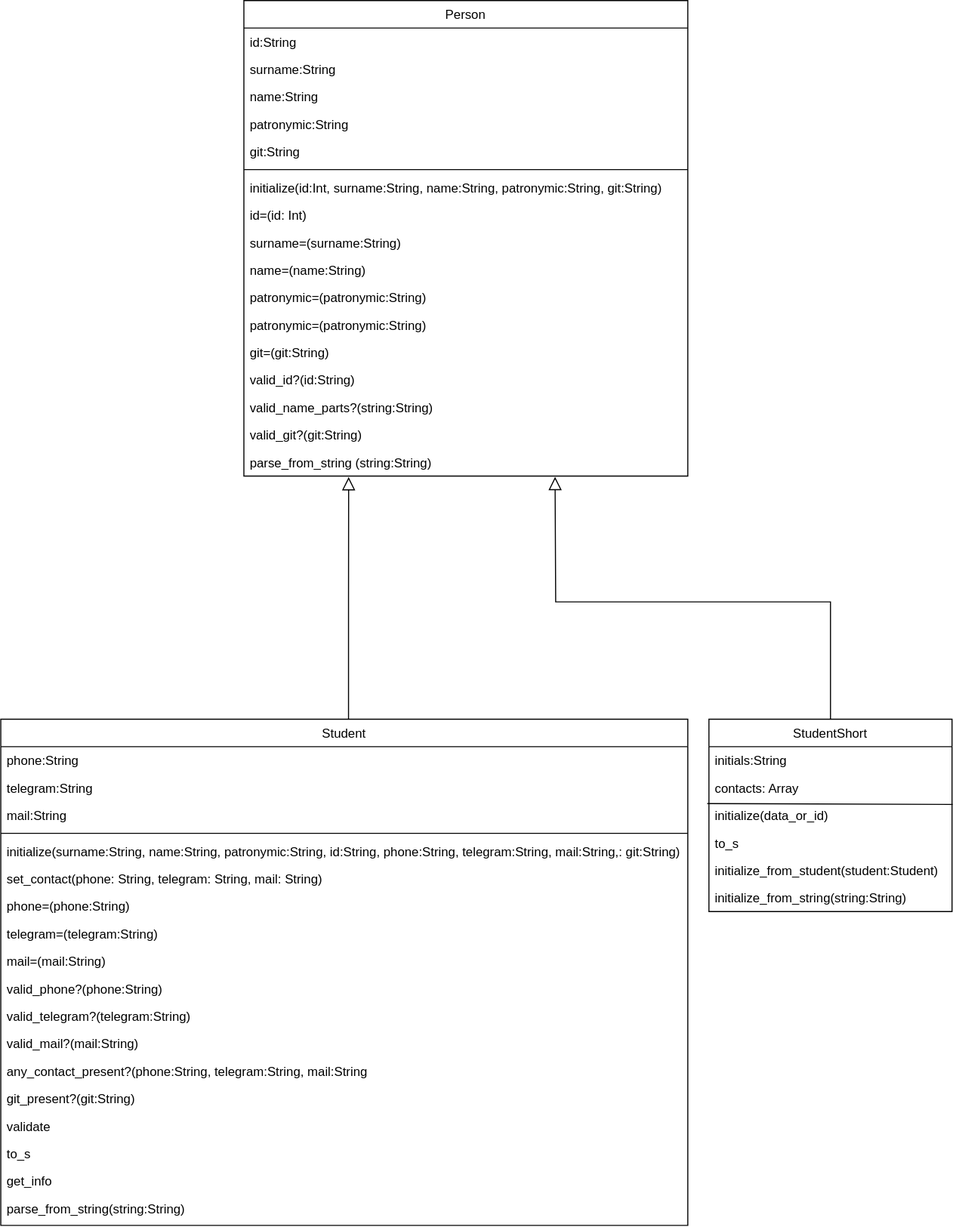
Above: classes_core_models/diagram_classes.svg in DaviKHub/Patterns (draw.io), before the change. Source tidied: cells renumbered, new cells last; positions are measured from the earlier drawing's top-left corner, leaving out a move shared by most shapes.
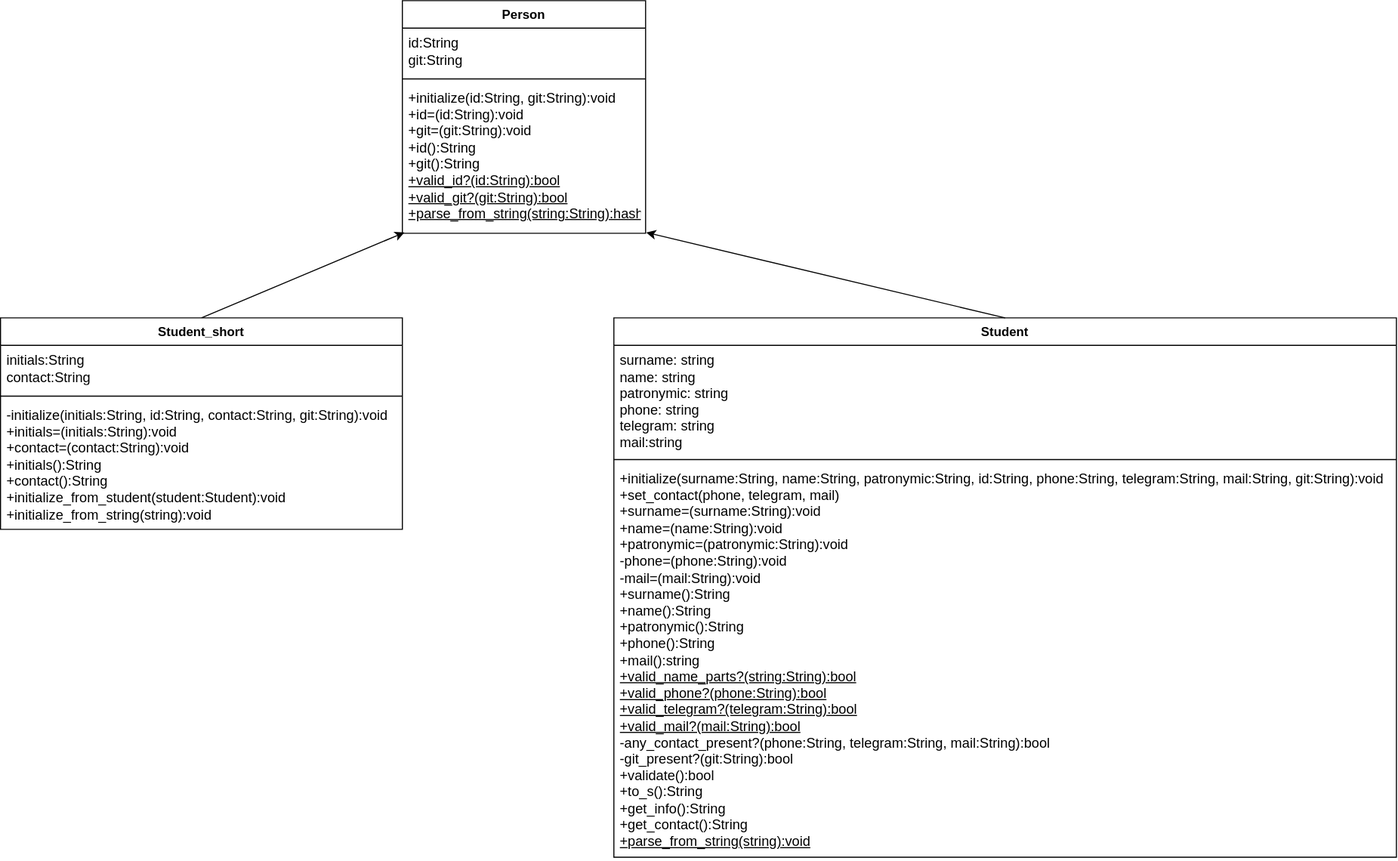
The same diagram one commit later.

Commit message:
Update classes diagram

What changed in the source:
```diff
@@ -2,155 +2,47 @@
   <root>
     <mxCell id="0" />
     <mxCell id="1" parent="0" />
-    <mxCell id="2" value="Person" style="swimlane;fontStyle=0;align=center;verticalAlign=top;horizontal=1;startSize=26;rounded=0;shadow=0;strokeWidth=1;" parent="1" vertex="1">
-      <mxGeometry x="230" width="420" height="450" as="geometry" />
+    <mxCell id="2" value="Person" style="swimlane;fontStyle=1;align=center;verticalAlign=top;horizontal=1;startSize=26;whiteSpace=wrap;html=1;" parent="1" vertex="1">
+      <mxGeometry x="280" y="1269" width="230" height="220" as="geometry" />
     </mxCell>
-    <mxCell id="3" value="id:String" style="text;align=left;verticalAlign=top;spacingLeft=4;spacingRight=4;overflow=hidden;" parent="2" vertex="1">
-      <mxGeometry y="26" width="420" height="26" as="geometry" />
-    </mxCell>
-    <mxCell id="4" value="surname:String" style="text;align=left;verticalAlign=top;spacingLeft=4;spacingRight=4;overflow=hidden;" parent="2" vertex="1">
-      <mxGeometry y="52" width="420" height="26" as="geometry" />
-    </mxCell>
-    <mxCell id="5" value="name:String" style="text;align=left;verticalAlign=top;spacingLeft=4;spacingRight=4;overflow=hidden;" parent="2" vertex="1">
-      <mxGeometry y="78" width="420" height="26" as="geometry" />
-    </mxCell>
-    <mxCell id="6" value="patronymic:String" style="text;align=left;verticalAlign=top;spacingLeft=4;spacingRight=4;overflow=hidden;" parent="2" vertex="1">
-      <mxGeometry y="104" width="420" height="26" as="geometry" />
-    </mxCell>
-    <mxCell id="7" value="git:String" style="text;align=left;verticalAlign=top;spacingLeft=4;spacingRight=4;overflow=hidden;" parent="2" vertex="1">
-      <mxGeometry y="130" width="420" height="26" as="geometry" />
-    </mxCell>
-    <mxCell id="8" style="line;html=1;strokeWidth=1;align=left;verticalAlign=middle;spacingTop=-1;spacingLeft=3;spacingRight=3;labelPosition=right;" parent="2" vertex="1">
-      <mxGeometry y="156" width="420" height="8" as="geometry" />
-    </mxCell>
-    <mxCell id="9" value="initialize(id:Int, surname:String, name:String, patronymic:String, git:String)" style="text;align=left;verticalAlign=top;spacingLeft=4;spacingRight=4;overflow=hidden;" parent="2" vertex="1">
-      <mxGeometry y="164" width="420" height="26" as="geometry" />
-    </mxCell>
-    <mxCell id="10" value="id=(id: Int)" style="text;align=left;verticalAlign=top;spacingLeft=4;spacingRight=4;overflow=hidden;" parent="2" vertex="1">
-      <mxGeometry y="190" width="420" height="26" as="geometry" />
-    </mxCell>
-    <mxCell id="11" value="surname=(surname:String)" style="text;align=left;verticalAlign=top;spacingLeft=4;spacingRight=4;overflow=hidden;" parent="2" vertex="1">
-      <mxGeometry y="216" width="420" height="26" as="geometry" />
-    </mxCell>
-    <mxCell id="12" value="name=(name:String)" style="text;align=left;verticalAlign=top;spacingLeft=4;spacingRight=4;overflow=hidden;" parent="2" vertex="1">
-      <mxGeometry y="242" width="420" height="26" as="geometry" />
-    </mxCell>
-    <mxCell id="13" value="patronymic=(patronymic:String)" style="text;align=left;verticalAlign=top;spacingLeft=4;spacingRight=4;overflow=hidden;" parent="2" vertex="1">
-      <mxGeometry y="268" width="420" height="26" as="geometry" />
-    </mxCell>
-    <mxCell id="14" value="patronymic=(patronymic:String)" style="text;align=left;verticalAlign=top;spacingLeft=4;spacingRight=4;overflow=hidden;" parent="2" vertex="1">
-      <mxGeometry y="294" width="420" height="26" as="geometry" />
-    </mxCell>
-    <mxCell id="15" value="git=(git:String)" style="text;align=left;verticalAlign=top;spacingLeft=4;spacingRight=4;overflow=hidden;" parent="2" vertex="1">
-      <mxGeometry y="320" width="420" height="26" as="geometry" />
-    </mxCell>
-    <mxCell id="16" value="valid_id?(id:String)" style="text;align=left;verticalAlign=top;spacingLeft=4;spacingRight=4;overflow=hidden;" parent="2" vertex="1">
-      <mxGeometry y="346" width="420" height="26" as="geometry" />
-    </mxCell>
-    <mxCell id="17" value="valid_name_parts?(string:String)" style="text;align=left;verticalAlign=top;spacingLeft=4;spacingRight=4;overflow=hidden;" parent="2" vertex="1">
-      <mxGeometry y="372" width="420" height="26" as="geometry" />
-    </mxCell>
-    <mxCell id="18" value="valid_git?(git:String)" style="text;align=left;verticalAlign=top;spacingLeft=4;spacingRight=4;overflow=hidden;" parent="2" vertex="1">
-      <mxGeometry y="398" width="420" height="26" as="geometry" />
-    </mxCell>
-    <mxCell id="19" value="parse_from_string (string:String)" style="text;align=left;verticalAlign=top;spacingLeft=4;spacingRight=4;overflow=hidden;points=[[0,0.5],[1,0.5]];portConstraint=eastwest;" parent="2" vertex="1">
-      <mxGeometry y="424" width="420" height="26" as="geometry" />
-    </mxCell>
+    <mxCell id="49" value="&lt;span style=&quot;font-size: 13px;&quot;&gt;id:String&lt;br&gt;git:String&lt;br&gt;&lt;/span&gt;" style="text;strokeColor=none;fillColor=none;align=left;verticalAlign=top;spacingLeft=4;spacingRight=4;overflow=hidden;whiteSpace=wrap;html=1;" parent="2" vertex="1">
+      <mxGeometry y="26" width="230" height="44" as="geometry" />
+    </mxCell>
+    <mxCell id="50" style="line;strokeWidth=1;fillColor=none;align=left;verticalAlign=middle;spacingTop=-1;spacingLeft=3;spacingRight=3;labelPosition=right;strokeColor=inherit;" parent="2" vertex="1">
+      <mxGeometry y="70" width="230" height="8" as="geometry" />
+    </mxCell>
+    <mxCell id="51" value="&lt;div&gt;&lt;font style=&quot;font-size: 13px;&quot;&gt;+initialize(id:String, git:String):void&lt;/font&gt;&lt;/div&gt;&lt;font style=&quot;font-size: 13px;&quot;&gt;+id=(id:String):void&lt;br&gt;+git=(git:String):void&lt;br&gt;+id():String&lt;br&gt;+git():String&lt;br&gt;&lt;u&gt;+valid_id?(id:String):bool&lt;br&gt;+valid_git?(git:String):bool&lt;br&gt;+parse_from_string(string:String):hash&lt;br&gt;&lt;/u&gt;&lt;br&gt;&lt;/font&gt;" style="text;strokeColor=none;fillColor=none;align=left;verticalAlign=top;spacingLeft=4;spacingRight=4;overflow=hidden;points=[[0,0.5],[1,0.5]];portConstraint=eastwest;whiteSpace=wrap;html=1;" parent="2" vertex="1">
+      <mxGeometry y="78" width="230" height="142" as="geometry" />
+    </mxCell>
-    <mxCell id="20" value="Student" style="swimlane;fontStyle=0;align=center;verticalAlign=top;horizontal=1;startSize=26;rounded=0;shadow=0;strokeWidth=1;" parent="1" vertex="1">
-      <mxGeometry y="680" width="650" height="479" as="geometry" />
+    <mxCell id="20" value="Student" style="swimlane;fontStyle=1;align=center;verticalAlign=top;horizontal=1;startSize=26;whiteSpace=wrap;html=1;" parent="1" vertex="1">
+      <mxGeometry x="480" y="1569" width="740" height="510" as="geometry" />
     </mxCell>
-    <mxCell id="21" value="phone:String" style="text;align=left;verticalAlign=top;spacingLeft=4;spacingRight=4;overflow=hidden;" parent="20" vertex="1">
-      <mxGeometry y="26" width="650" height="26" as="geometry" />
-    </mxCell>
-    <mxCell id="22" value="telegram:String" style="text;align=left;verticalAlign=top;spacingLeft=4;spacingRight=4;overflow=hidden;rounded=0;shadow=0;html=0;" parent="20" vertex="1">
-      <mxGeometry y="52" width="650" height="26" as="geometry" />
-    </mxCell>
-    <mxCell id="23" value="mail:String" style="text;align=left;verticalAlign=top;spacingLeft=4;spacingRight=4;overflow=hidden;rounded=0;shadow=0;html=0;" parent="20" vertex="1">
-      <mxGeometry y="78" width="650" height="26" as="geometry" />
-    </mxCell>
-    <mxCell id="24" style="line;html=1;strokeWidth=1;align=left;verticalAlign=middle;spacingTop=-1;spacingLeft=3;spacingRight=3;labelPosition=right;" parent="20" vertex="1">
-      <mxGeometry y="104" width="650" height="8" as="geometry" />
-    </mxCell>
-    <mxCell id="25" value="initialize(surname:String, name:String, patronymic:String, id:String, phone:String, telegram:String, mail:String,: git:String)" style="text;align=left;verticalAlign=top;spacingLeft=4;spacingRight=4;overflow=hidden;fontStyle=0;" parent="20" vertex="1">
-      <mxGeometry y="112" width="650" height="26" as="geometry" />
-    </mxCell>
-    <mxCell id="26" value="set_contact(phone: String, telegram: String, mail: String)" style="text;align=left;verticalAlign=top;spacingLeft=4;spacingRight=4;overflow=hidden;" parent="20" vertex="1">
-      <mxGeometry y="138" width="650" height="26" as="geometry" />
-    </mxCell>
-    <mxCell id="27" value="phone=(phone:String)" style="text;align=left;verticalAlign=top;spacingLeft=4;spacingRight=4;overflow=hidden;" parent="20" vertex="1">
-      <mxGeometry y="164" width="650" height="26" as="geometry" />
-    </mxCell>
-    <mxCell id="28" value="telegram=(telegram:String)" style="text;align=left;verticalAlign=top;spacingLeft=4;spacingRight=4;overflow=hidden;" parent="20" vertex="1">
-      <mxGeometry y="190" width="650" height="26" as="geometry" />
-    </mxCell>
-    <mxCell id="29" value="mail=(mail:String)" style="text;align=left;verticalAlign=top;spacingLeft=4;spacingRight=4;overflow=hidden;" parent="20" vertex="1">
-      <mxGeometry y="216" width="650" height="26" as="geometry" />
-    </mxCell>
-    <mxCell id="30" value="valid_phone?(phone:String)" style="text;align=left;verticalAlign=top;spacingLeft=4;spacingRight=4;overflow=hidden;" parent="20" vertex="1">
-      <mxGeometry y="242" width="650" height="26" as="geometry" />
-    </mxCell>
-    <mxCell id="31" value="valid_telegram?(telegram:String)" style="text;align=left;verticalAlign=top;spacingLeft=4;spacingRight=4;overflow=hidden;" parent="20" vertex="1">
-      <mxGeometry y="268" width="650" height="26" as="geometry" />
-    </mxCell>
-    <mxCell id="32" value="valid_mail?(mail:String)" style="text;align=left;verticalAlign=top;spacingLeft=4;spacingRight=4;overflow=hidden;" parent="20" vertex="1">
-      <mxGeometry y="294" width="650" height="26" as="geometry" />
-    </mxCell>
-    <mxCell id="33" value="any_contact_present?(phone:String, telegram:String, mail:String" style="text;align=left;verticalAlign=top;spacingLeft=4;spacingRight=4;overflow=hidden;" parent="20" vertex="1">
-      <mxGeometry y="320" width="650" height="26" as="geometry" />
-    </mxCell>
-    <mxCell id="34" value="git_present?(git:String)" style="text;align=left;verticalAlign=top;spacingLeft=4;spacingRight=4;overflow=hidden;" parent="20" vertex="1">
-      <mxGeometry y="346" width="650" height="26" as="geometry" />
-    </mxCell>
-    <mxCell id="35" value="validate" style="text;align=left;verticalAlign=top;spacingLeft=4;spacingRight=4;overflow=hidden;" parent="20" vertex="1">
-      <mxGeometry y="372" width="650" height="26" as="geometry" />
-    </mxCell>
-    <mxCell id="36" value="to_s" style="text;align=left;verticalAlign=top;spacingLeft=4;spacingRight=4;overflow=hidden;" parent="20" vertex="1">
-      <mxGeometry y="398" width="650" height="26" as="geometry" />
-    </mxCell>
-    <mxCell id="37" value="get_info" style="text;align=left;verticalAlign=top;spacingLeft=4;spacingRight=4;overflow=hidden;" parent="20" vertex="1">
-      <mxGeometry y="424" width="650" height="26" as="geometry" />
-    </mxCell>
-    <mxCell id="38" value="parse_from_string(string:String)" style="text;align=left;verticalAlign=top;spacingLeft=4;spacingRight=4;overflow=hidden;" parent="20" vertex="1">
-      <mxGeometry y="450" width="650" height="26" as="geometry" />
-    </mxCell>
-    <mxCell id="39" style="endArrow=block;endSize=10;endFill=0;shadow=0;strokeWidth=1;rounded=0;curved=0;edgeStyle=elbowEdgeStyle;elbow=vertical;entryX=0.236;entryY=1.035;entryDx=0;entryDy=0;entryPerimeter=0;" parent="1" edge="1" source="20" target="19">
-      <mxGeometry relative="1" as="geometry">
-        <Array as="points">
-          <mxPoint x="329" y="569" />
-        </Array>
-      </mxGeometry>
-    </mxCell>
-    <mxCell id="40" value="StudentShort" style="swimlane;fontStyle=0;align=center;verticalAlign=top;horizontal=1;startSize=26;rounded=0;shadow=0;strokeWidth=1;" parent="1" vertex="1">
-      <mxGeometry x="670" y="680" width="230" height="182" as="geometry" />
-    </mxCell>
-    <mxCell id="41" value="initials:String" style="text;align=left;verticalAlign=top;spacingLeft=4;spacingRight=4;overflow=hidden;" parent="40" vertex="1">
-      <mxGeometry y="26" width="230" height="26" as="geometry" />
-    </mxCell>
-    <mxCell id="42" value="contacts: Array" style="text;align=left;verticalAlign=top;spacingLeft=4;spacingRight=4;overflow=hidden;" parent="40" vertex="1">
-      <mxGeometry y="52" width="230" height="26" as="geometry" />
-    </mxCell>
-    <mxCell id="43" value="initialize(data_or_id)" style="text;align=left;verticalAlign=top;spacingLeft=4;spacingRight=4;overflow=hidden;points=[[0,0.5],[1,0.5]];portConstraint=eastwest;" parent="40" vertex="1">
-      <mxGeometry y="78" width="230" height="26" as="geometry" />
-    </mxCell>
-    <mxCell id="44" value="to_s" style="text;align=left;verticalAlign=top;spacingLeft=4;spacingRight=4;overflow=hidden;" parent="40" vertex="1">
-      <mxGeometry y="104" width="230" height="26" as="geometry" />
-    </mxCell>
-    <mxCell id="45" value="initialize_from_student(student:Student)" style="text;align=left;verticalAlign=top;spacingLeft=4;spacingRight=4;overflow=hidden;" parent="40" vertex="1">
-      <mxGeometry y="130" width="230" height="26" as="geometry" />
-    </mxCell>
-    <mxCell id="46" value="initialize_from_string(string:String)" style="text;align=left;verticalAlign=top;spacingLeft=4;spacingRight=4;overflow=hidden;" parent="40" vertex="1">
-      <mxGeometry y="156" width="230" height="26" as="geometry" />
-    </mxCell>
-    <mxCell id="47" style="endArrow=none;html=1;rounded=0;exitX=-0.007;exitY=0.071;exitDx=0;exitDy=0;exitPerimeter=0;entryX=1.003;entryY=0.103;entryDx=0;entryDy=0;entryPerimeter=0;" parent="40" edge="1" source="43" target="43">
-      <mxGeometry relative="1" as="geometry" />
-    </mxCell>
-    <mxCell id="48" style="endArrow=block;html=1;rounded=0;entryX=0.701;entryY=1.027;entryDx=0;entryDy=0;entryPerimeter=0;exitX=0.5;exitY=0;exitDx=0;exitDy=0;endFill=0;endSize=10;" parent="1" edge="1" source="40" target="19">
-      <mxGeometry relative="1" as="geometry">
-        <Array as="points">
-          <mxPoint x="785" y="569" />
-          <mxPoint x="525" y="569" />
-        </Array>
-      </mxGeometry>
-    </mxCell>
+    <mxCell id="52" value="&lt;font style=&quot;font-size: 13px;&quot;&gt;surname: string&lt;br&gt;name: string&lt;br&gt;patronymic: string&lt;br&gt;phone: string&lt;br&gt;telegram: string&lt;br&gt;mail:string&lt;br&gt;&lt;/font&gt;" style="text;strokeColor=none;fillColor=none;align=left;verticalAlign=top;spacingLeft=4;spacingRight=4;overflow=hidden;whiteSpace=wrap;html=1;" parent="20" vertex="1">
+      <mxGeometry y="26" width="740" height="104" as="geometry" />
+    </mxCell>
+    <mxCell id="53" style="line;strokeWidth=1;fillColor=none;align=left;verticalAlign=middle;spacingTop=-1;spacingLeft=3;spacingRight=3;labelPosition=right;strokeColor=inherit;" parent="20" vertex="1">
+      <mxGeometry y="130" width="740" height="8" as="geometry" />
+    </mxCell>
+    <mxCell id="54" value="&lt;font style=&quot;font-size: 13px;&quot;&gt;+initialize(surname:String, name:String, patronymic:String, id:String, phone:String, telegram:String, mail:String, git:String):void&lt;br&gt;+set_contact(phone, telegram, mail)&lt;br&gt;+surname=(surname:String):void&lt;br&gt;+name=(name:String):void&lt;br&gt;+patronymic=(patronymic:String):void&lt;br&gt;-phone=(phone:String):void&lt;br&gt;-mail=(mail:String):void&lt;br&gt;+surname():String&lt;br&gt;+name():String&lt;br&gt;+patronymic():String&lt;br&gt;+phone():String&lt;br&gt;+mail():string&lt;br&gt;&lt;u&gt;+valid_name_parts?(string:String):bool&lt;br&gt;+valid_phone?(phone:String):bool&lt;br&gt;+valid_telegram?(telegram:String):bool&lt;br&gt;+valid_mail?(mail:String):bool&lt;br&gt;&lt;/u&gt;-any_contact_present?(phone:String, telegram:String, mail:String):bool&lt;br&gt;-git_present?(git:String):bool&lt;br&gt;+validate():bool&lt;br&gt;+to_s():String&lt;br&gt;+get_info():String&lt;br&gt;+get_contact():String&lt;br&gt;&lt;u&gt;+parse_from_string(string):void&lt;/u&gt;&lt;br&gt;&lt;/font&gt;" style="text;strokeColor=none;fillColor=none;align=left;verticalAlign=top;spacingLeft=4;spacingRight=4;overflow=hidden;whiteSpace=wrap;html=1;" parent="20" vertex="1">
+      <mxGeometry y="138" width="740" height="372" as="geometry" />
+    </mxCell>
+    <mxCell id="55" style="endArrow=classic;html=1;rounded=0;entryX=1.003;entryY=0.995;entryDx=0;entryDy=0;entryPerimeter=0;exitX=0.5;exitY=0;exitDx=0;exitDy=0;" parent="1" edge="1" source="20" target="51">
+      <mxGeometry relative="1" as="geometry" />
+    </mxCell>
+    <mxCell id="56" style="endArrow=classic;html=1;rounded=0;exitX=0.5;exitY=0;exitDx=0;exitDy=0;entryX=0.008;entryY=0.995;entryDx=0;entryDy=0;entryPerimeter=0;" parent="1" edge="1" source="57" target="51">
+      <mxGeometry relative="1" as="geometry" />
+    </mxCell>
+    <mxCell id="57" value="Student_short" style="swimlane;fontStyle=1;align=center;verticalAlign=top;horizontal=1;startSize=26;whiteSpace=wrap;html=1;" parent="1" vertex="1">
+      <mxGeometry x="-100" y="1569" width="380" height="200" as="geometry" />
+    </mxCell>
+    <mxCell id="58" value="&lt;font style=&quot;font-size: 13px;&quot;&gt;initials:String&lt;br&gt;contact:String&lt;br&gt;&lt;/font&gt;" style="text;strokeColor=none;fillColor=none;align=left;verticalAlign=top;spacingLeft=4;spacingRight=4;overflow=hidden;whiteSpace=wrap;html=1;" parent="57" vertex="1">
+      <mxGeometry y="26" width="380" height="44" as="geometry" />
+    </mxCell>
+    <mxCell id="59" style="line;strokeWidth=1;fillColor=none;align=left;verticalAlign=middle;spacingTop=-1;spacingLeft=3;spacingRight=3;labelPosition=right;strokeColor=inherit;" parent="57" vertex="1">
+      <mxGeometry y="70" width="380" height="8" as="geometry" />
+    </mxCell>
+    <mxCell id="60" value="&lt;font style=&quot;font-size: 13px;&quot;&gt;-initialize(initials:String, id:String, contact:String, git:String):void&lt;br&gt;+initials=(initials:String):void&lt;br&gt;+contact=(contact:String):void&lt;br&gt;+initials():String&lt;br&gt;+contact():String&lt;br&gt;+initialize_from_student(student:Student):void&lt;br&gt;+initialize_from_string(string):void&lt;br&gt;&lt;br&gt;&lt;/font&gt;" style="text;strokeColor=none;fillColor=none;align=left;verticalAlign=top;spacingLeft=4;spacingRight=4;overflow=hidden;whiteSpace=wrap;html=1;" parent="57" vertex="1">
+      <mxGeometry y="78" width="380" height="122" as="geometry" />
+    </mxCell>
   </root>
 </mxGraphModel>
```
